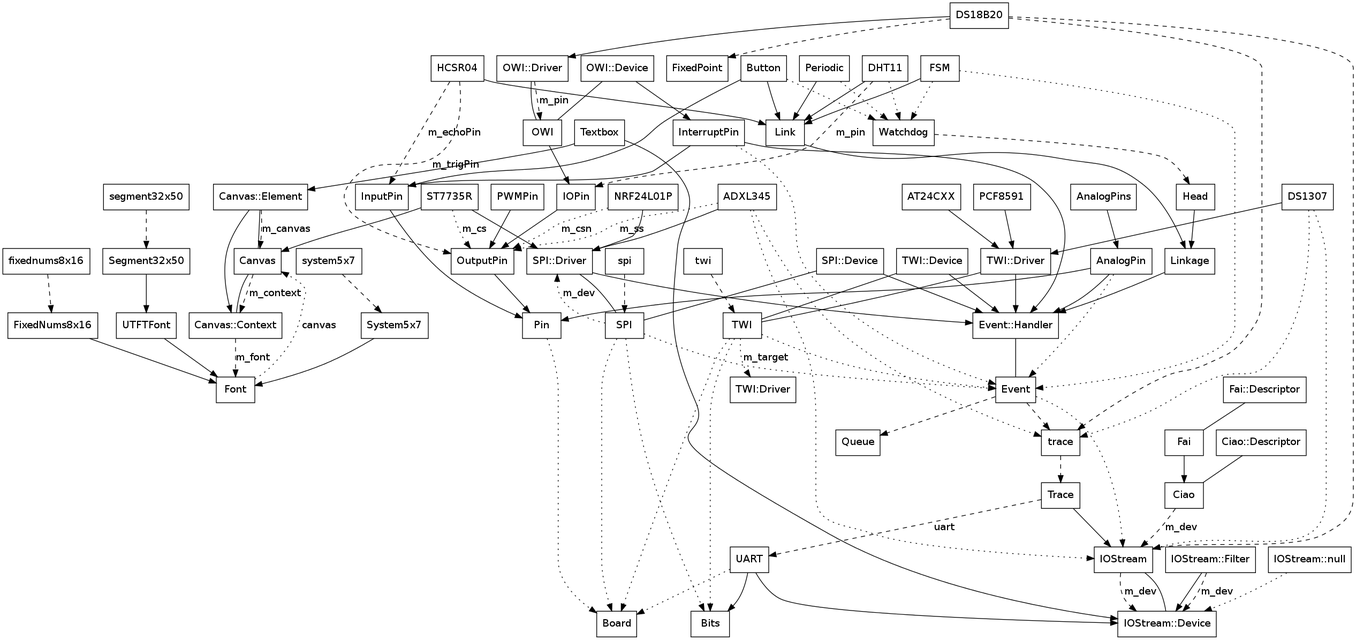
Above: CLASS.png in mikaelpatel/Cosa (Graphviz), before the change. Its source is kept beside it as CLASS.dot.
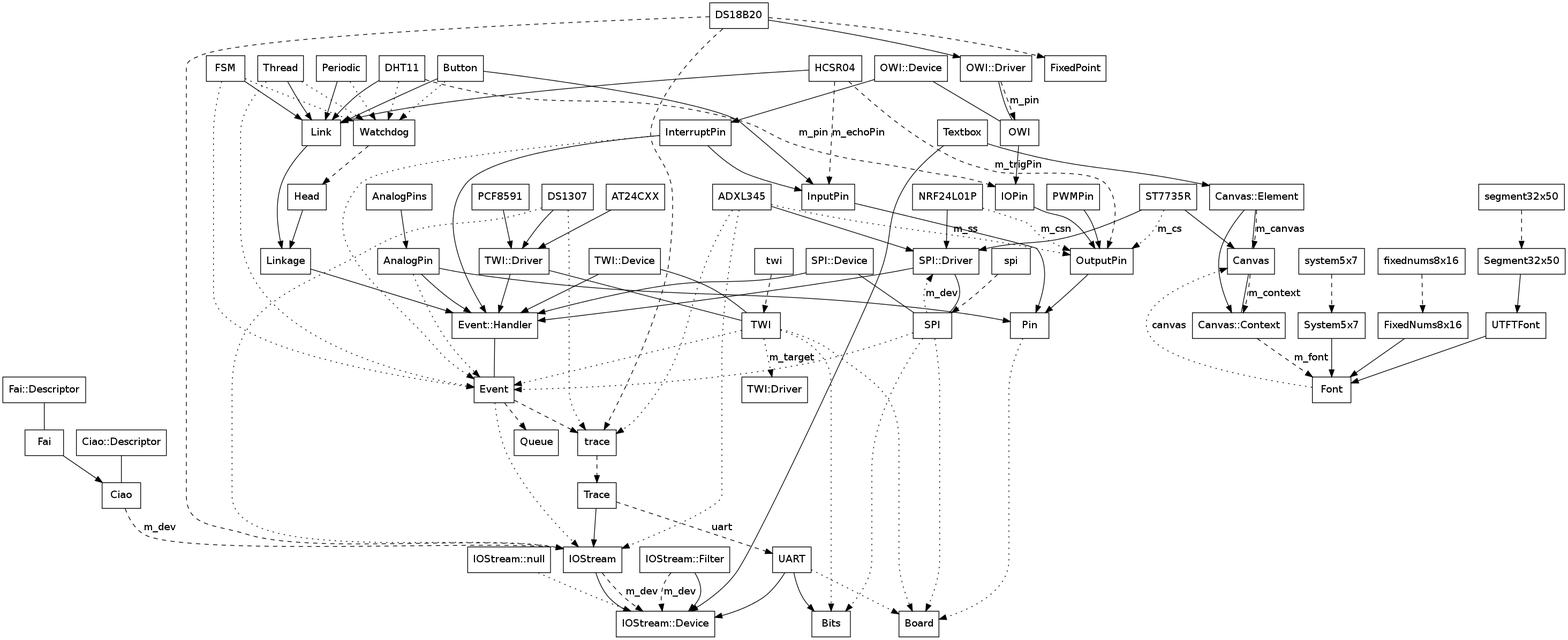
After the change.

Commit message:
Updating class overview (text and graphics).

Diff of the diagram source:
```diff
@@ -18,6 +18,10 @@
 "FSM" -> "Link";
 "FSM" -> "Watchdog" [style=dotted];
 "FSM" -> "Event" [style=dotted];
+
+"Thread" -> "Link";
+"Thread" -> "Watchdog" [style=dotted];
+"Thread" -> "Event" [style=dotted];
 
 "Pin" -> "Board" [style=dotted];
 "InputPin" -> "Pin";
```
